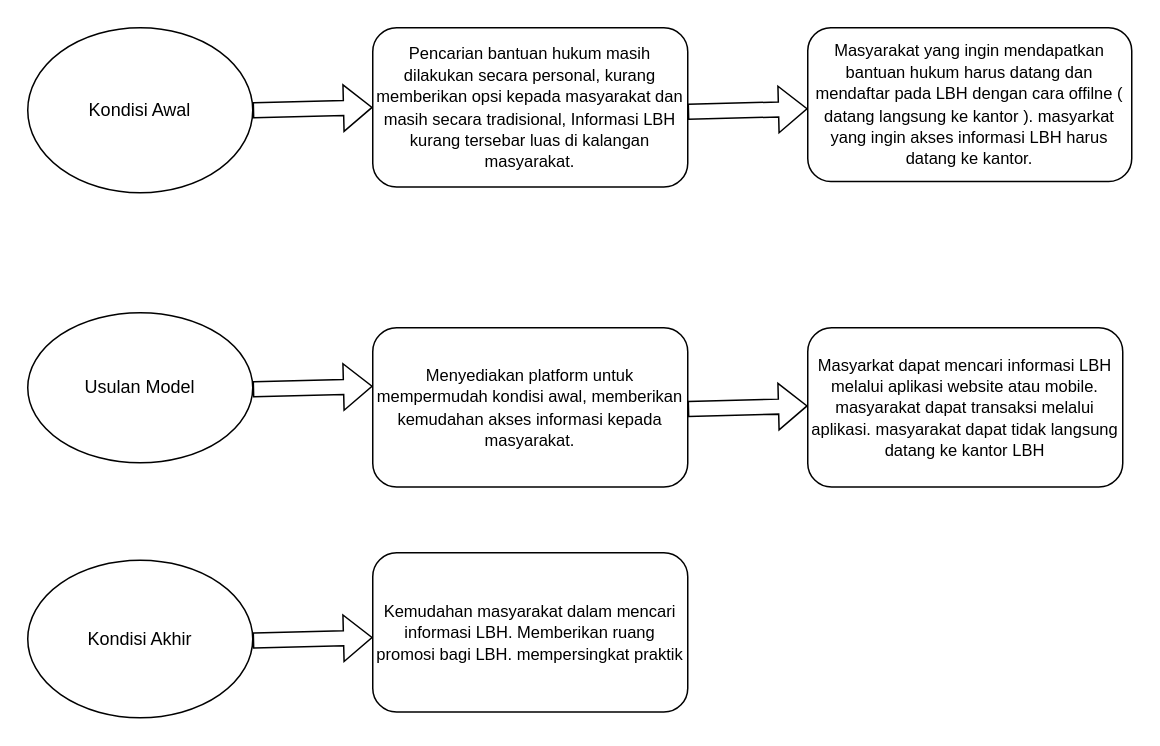
The draw.io diagram Kerangka Penelitian.drawio in naufalfirman23/FILE-DIAGRAM, before the edit. Source tidied: cells renumbered, new cells numbered last; positions are measured from the earlier drawing's top-left corner, leaving out a move shared by most shapes. Both pictures are drawn from the tidied source at 150%, with x=0, y=0 at pixel (27, 27).
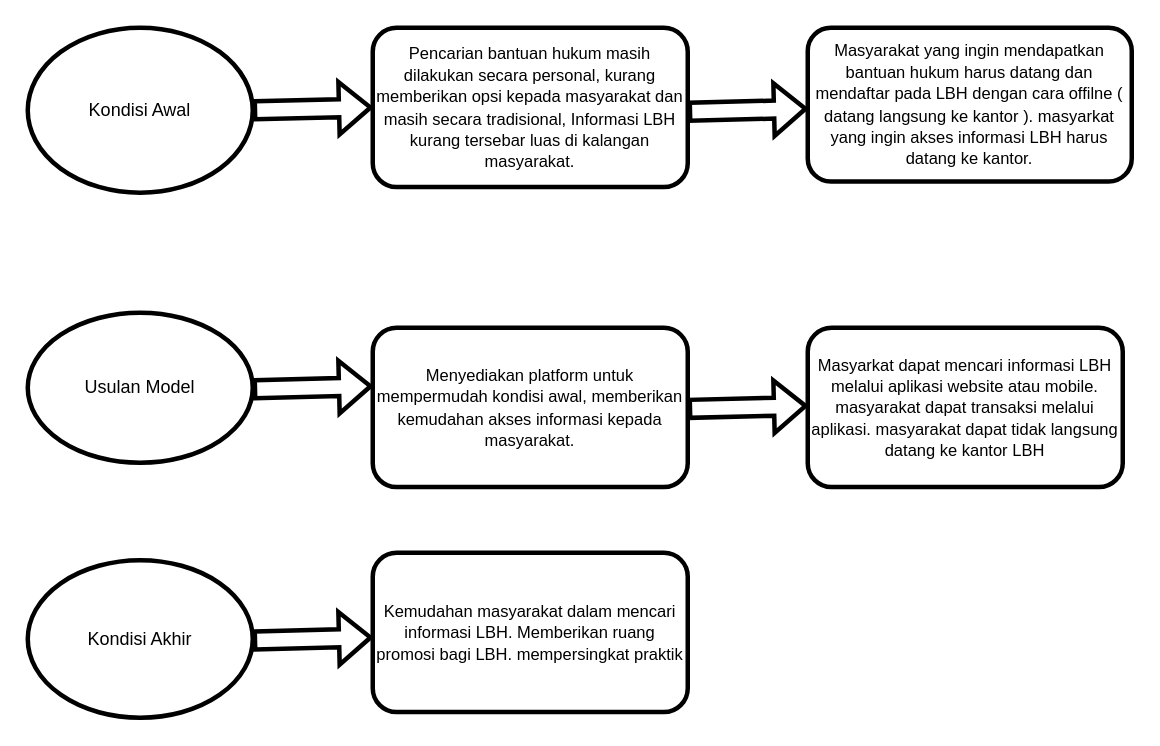
The same page after the edit.

Change to the diagram source:
```diff
@@
 <mxGraphModel>
   <root>
     <mxCell id="0" />
     <mxCell id="1" parent="0" />
-    <mxCell id="2" value="Kondisi Awal" style="ellipse;whiteSpace=wrap;html=1;" parent="1" vertex="1">
+    <mxCell id="2" value="Kondisi Awal" style="ellipse;whiteSpace=wrap;html=1;strokeWidth=3;" parent="1" vertex="1">
       <mxGeometry width="150" height="110" as="geometry" />
     </mxCell>
-    <mxCell id="3" value="Usulan Model" style="ellipse;whiteSpace=wrap;html=1;" parent="1" vertex="1">
+    <mxCell id="3" value="Usulan Model" style="ellipse;whiteSpace=wrap;html=1;strokeWidth=3;" parent="1" vertex="1">
       <mxGeometry y="190" width="150" height="100" as="geometry" />
     </mxCell>
-    <mxCell id="4" value="Kondisi Akhir" style="ellipse;whiteSpace=wrap;html=1;" parent="1" vertex="1">
+    <mxCell id="4" value="Kondisi Akhir" style="ellipse;whiteSpace=wrap;html=1;strokeWidth=3;" parent="1" vertex="1">
       <mxGeometry y="355" width="150" height="105" as="geometry" />
     </mxCell>
-    <mxCell id="5" value="&lt;font style=&quot;font-size: 11px;&quot;&gt;Pencarian bantuan hukum masih dilakukan secara personal, kurang memberikan opsi kepada masyarakat dan masih secara tradisional, Informasi LBH kurang tersebar luas di kalangan masyarakat.&lt;/font&gt;" style="rounded=1;whiteSpace=wrap;html=1;" parent="1" vertex="1">
+    <mxCell id="5" value="&lt;font style=&quot;font-size: 11px;&quot;&gt;Pencarian bantuan hukum masih dilakukan secara personal, kurang memberikan opsi kepada masyarakat dan masih secara tradisional, Informasi LBH kurang tersebar luas di kalangan masyarakat.&lt;/font&gt;" style="rounded=1;whiteSpace=wrap;html=1;strokeWidth=3;" parent="1" vertex="1">
       <mxGeometry x="230" width="210" height="106.2" as="geometry" />
     </mxCell>
-    <mxCell id="6" value="&lt;font style=&quot;font-size: 11px;&quot;&gt;Masyarakat yang ingin mendapatkan bantuan hukum harus datang dan mendaftar pada LBH dengan cara offilne ( datang langsung ke kantor ). masyarkat yang ingin akses informasi LBH harus datang ke kantor.&lt;/font&gt;" style="rounded=1;whiteSpace=wrap;html=1;" parent="1" vertex="1">
+    <mxCell id="6" value="&lt;font style=&quot;font-size: 11px;&quot;&gt;Masyarakat yang ingin mendapatkan bantuan hukum harus datang dan mendaftar pada LBH dengan cara offilne ( datang langsung ke kantor ). masyarkat yang ingin akses informasi LBH harus datang ke kantor.&lt;/font&gt;" style="rounded=1;whiteSpace=wrap;html=1;strokeWidth=3;" parent="1" vertex="1">
       <mxGeometry x="520" width="216" height="102.5" as="geometry" />
     </mxCell>
-    <mxCell id="7" value="&lt;font style=&quot;font-size: 11px;&quot;&gt;Menyediakan platform untuk mempermudah kondisi awal, memberikan kemudahan akses informasi kepada masyarakat.&lt;/font&gt;" style="rounded=1;whiteSpace=wrap;html=1;" parent="1" vertex="1">
+    <mxCell id="7" value="&lt;font style=&quot;font-size: 11px;&quot;&gt;Menyediakan platform untuk mempermudah kondisi awal, memberikan kemudahan akses informasi kepada masyarakat.&lt;/font&gt;" style="rounded=1;whiteSpace=wrap;html=1;strokeWidth=3;" parent="1" vertex="1">
       <mxGeometry x="230" y="200" width="210" height="106.2" as="geometry" />
     </mxCell>
-    <mxCell id="8" value="&lt;span style=&quot;font-size: 11px;&quot;&gt;Masyarkat dapat mencari informasi LBH melalui aplikasi website atau mobile.&lt;/span&gt;&lt;div&gt;&lt;span style=&quot;font-size: 11px;&quot;&gt;masyarakat dapat transaksi melalui aplikasi. masyarakat dapat tidak langsung datang ke kantor LBH&lt;/span&gt;&lt;/div&gt;" style="rounded=1;whiteSpace=wrap;html=1;" parent="1" vertex="1">
+    <mxCell id="8" value="&lt;span style=&quot;font-size: 11px;&quot;&gt;Masyarkat dapat mencari informasi LBH melalui aplikasi website atau mobile.&lt;/span&gt;&lt;div&gt;&lt;span style=&quot;font-size: 11px;&quot;&gt;masyarakat dapat transaksi melalui aplikasi. masyarakat dapat tidak langsung datang ke kantor LBH&lt;/span&gt;&lt;/div&gt;" style="rounded=1;whiteSpace=wrap;html=1;strokeWidth=3;" parent="1" vertex="1">
       <mxGeometry x="520" y="200" width="210" height="106.2" as="geometry" />
     </mxCell>
-    <mxCell id="9" value="&lt;span style=&quot;font-size: 11px;&quot;&gt;Kemudahan masyarakat dalam mencari informasi LBH. Memberikan ruang promosi bagi LBH. mempersingkat praktik&lt;/span&gt;" style="rounded=1;whiteSpace=wrap;html=1;" parent="1" vertex="1">
+    <mxCell id="9" value="&lt;span style=&quot;font-size: 11px;&quot;&gt;Kemudahan masyarakat dalam mencari informasi LBH. Memberikan ruang promosi bagi LBH. mempersingkat praktik&lt;/span&gt;" style="rounded=1;whiteSpace=wrap;html=1;strokeWidth=3;" parent="1" vertex="1">
       <mxGeometry x="230" y="350" width="210" height="106.2" as="geometry" />
     </mxCell>
-    <mxCell id="10" style="shape=flexArrow;endArrow=classic;html=1;rounded=0;exitX=1;exitY=0.5;exitDx=0;exitDy=0;entryX=0;entryY=0.5;entryDx=0;entryDy=0;" parent="1" edge="1" source="2" target="5">
+    <mxCell id="10" style="shape=flexArrow;endArrow=classic;html=1;rounded=0;exitX=1;exitY=0.5;exitDx=0;exitDy=0;entryX=0;entryY=0.5;entryDx=0;entryDy=0;strokeWidth=3;" parent="1" edge="1" source="2" target="5">
       <mxGeometry relative="1" as="geometry" />
     </mxCell>
-    <mxCell id="11" style="shape=flexArrow;endArrow=classic;html=1;rounded=0;exitX=1;exitY=0.5;exitDx=0;exitDy=0;entryX=0;entryY=0.5;entryDx=0;entryDy=0;" parent="1" edge="1">
+    <mxCell id="11" style="shape=flexArrow;endArrow=classic;html=1;rounded=0;exitX=1;exitY=0.5;exitDx=0;exitDy=0;entryX=0;entryY=0.5;entryDx=0;entryDy=0;strokeWidth=3;" parent="1" edge="1">
       <mxGeometry relative="1" as="geometry">
         <mxPoint x="440" y="56" as="sourcePoint" />
         <mxPoint x="520" y="54" as="targetPoint" />
       </mxGeometry>
     </mxCell>
-    <mxCell id="12" style="shape=flexArrow;endArrow=classic;html=1;rounded=0;exitX=1;exitY=0.5;exitDx=0;exitDy=0;entryX=0;entryY=0.5;entryDx=0;entryDy=0;" parent="1" edge="1">
+    <mxCell id="12" style="shape=flexArrow;endArrow=classic;html=1;rounded=0;exitX=1;exitY=0.5;exitDx=0;exitDy=0;entryX=0;entryY=0.5;entryDx=0;entryDy=0;strokeWidth=3;" parent="1" edge="1">
       <mxGeometry relative="1" as="geometry">
         <mxPoint x="150" y="241" as="sourcePoint" />
         <mxPoint x="230" y="239" as="targetPoint" />
       </mxGeometry>
     </mxCell>
-    <mxCell id="13" style="shape=flexArrow;endArrow=classic;html=1;rounded=0;exitX=1;exitY=0.5;exitDx=0;exitDy=0;entryX=0;entryY=0.5;entryDx=0;entryDy=0;" parent="1" edge="1">
+    <mxCell id="13" style="shape=flexArrow;endArrow=classic;html=1;rounded=0;exitX=1;exitY=0.5;exitDx=0;exitDy=0;entryX=0;entryY=0.5;entryDx=0;entryDy=0;strokeWidth=3;" parent="1" edge="1">
       <mxGeometry relative="1" as="geometry">
         <mxPoint x="440" y="254.1" as="sourcePoint" />
         <mxPoint x="520" y="252.1" as="targetPoint" />
       </mxGeometry>
     </mxCell>
-    <mxCell id="14" style="shape=flexArrow;endArrow=classic;html=1;rounded=0;exitX=1;exitY=0.5;exitDx=0;exitDy=0;entryX=0;entryY=0.5;entryDx=0;entryDy=0;" parent="1" edge="1">
+    <mxCell id="14" style="shape=flexArrow;endArrow=classic;html=1;rounded=0;exitX=1;exitY=0.5;exitDx=0;exitDy=0;entryX=0;entryY=0.5;entryDx=0;entryDy=0;strokeWidth=3;" parent="1" edge="1">
       <mxGeometry relative="1" as="geometry">
         <mxPoint x="150" y="408.5" as="sourcePoint" />
         <mxPoint x="230" y="406.5" as="targetPoint" />
       </mxGeometry>
     </mxCell>
   </root>
 </mxGraphModel>
```
